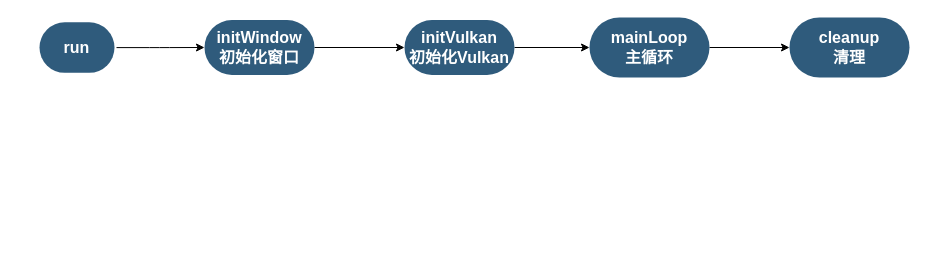
The draw.io diagram LearningVulkan/LearningVulkan/vulkan.drawio in unphics/vulkan_tutorial_note, before the edit. Source tidied: cells renumbered, new cells numbered last; positions are measured from the earlier drawing's top-left corner, leaving out a move shared by most shapes. Both pictures are drawn from the tidied source at 100%, with x=0, y=0 at pixel (39, 17).
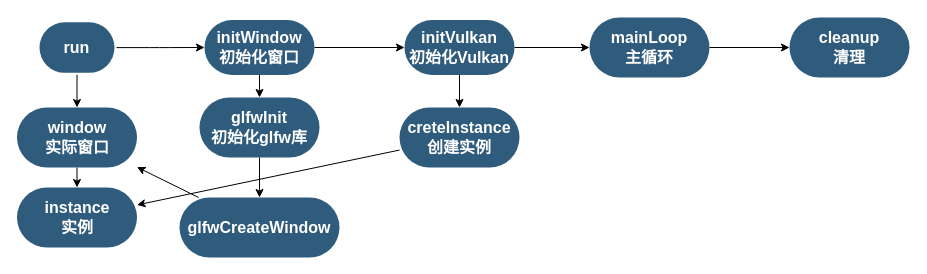
Above is the later version.

The change refers to these unchanged cells:
```xml
<mxCell id="3" value="&lt;span style=&quot;&quot;&gt;run&lt;/span&gt;" style="rounded=1;whiteSpace=wrap;html=1;shadow=0;labelBackgroundColor=none;strokeColor=none;strokeWidth=3;fillColor=#2F5B7C;fontFamily=Helvetica;fontSize=16;fontColor=#FFFFFF;align=center;fontStyle=1;spacing=5;arcSize=50;perimeterSpacing=2;" parent="1" vertex="1">
  <mxGeometry y="4.8" width="75" height="50.5" as="geometry" />
</mxCell>
<mxCell id="5" value="&lt;span style=&quot;&quot;&gt;initWindow&lt;br&gt;初始化窗口&lt;br&gt;&lt;/span&gt;" style="whiteSpace=wrap;html=1;fontSize=16;fillColor=#2F5B7C;strokeColor=none;fontColor=#FFFFFF;rounded=1;shadow=0;labelBackgroundColor=none;strokeWidth=3;fontStyle=1;spacing=5;arcSize=50;" parent="1" vertex="1">
  <mxGeometry x="165" y="2.6" width="110" height="54.8" as="geometry" />
</mxCell>
<mxCell id="7" value="&lt;span style=&quot;&quot;&gt;initVulkan&lt;br&gt;初始化Vulkan&lt;/span&gt;" style="whiteSpace=wrap;html=1;fontSize=16;fillColor=#2F5B7C;strokeColor=none;fontColor=#FFFFFF;rounded=1;shadow=0;labelBackgroundColor=none;strokeWidth=3;fontStyle=1;spacing=5;arcSize=50;" parent="1" vertex="1">
  <mxGeometry x="365" y="2.6" width="110" height="54.8" as="geometry" />
</mxCell>
```

The edit, as a diff of the source:
```diff
@@
+    <mxCell id="11" style="edgeStyle=none;rounded=1;jettySize=auto;html=1;" parent="1" edge="1" source="3" target="22">
+      <mxGeometry relative="1" as="geometry" />
+    </mxCell>
@@
+    <mxCell id="12" style="edgeStyle=none;rounded=1;jettySize=auto;html=1;" parent="1" edge="1" source="5" target="18">
+      <mxGeometry relative="1" as="geometry" />
+    </mxCell>
@@
+    <mxCell id="13" style="edgeStyle=none;rounded=1;jettySize=auto;html=1;" parent="1" edge="1" source="7" target="15">
+      <mxGeometry relative="1" as="geometry" />
+    </mxCell>
@@
+    <mxCell id="14" style="edgeStyle=none;rounded=1;jettySize=auto;html=1;" parent="1" edge="1" source="15" target="16">
+      <mxGeometry relative="1" as="geometry" />
+    </mxCell>
+    <mxCell id="15" value="creteInstance&lt;br&gt;创建实例" style="whiteSpace=wrap;html=1;fontSize=16;fillColor=#2F5B7C;strokeColor=none;fontColor=#FFFFFF;rounded=1;shadow=0;labelBackgroundColor=none;strokeWidth=3;fontStyle=1;spacing=5;arcSize=50;" parent="1" vertex="1">
+      <mxGeometry x="360" y="90" width="120" height="60" as="geometry" />
+    </mxCell>
+    <mxCell id="16" value="instance&lt;br&gt;实例" style="whiteSpace=wrap;html=1;fontSize=16;fillColor=#2F5B7C;strokeColor=none;fontColor=#FFFFFF;rounded=1;shadow=0;labelBackgroundColor=none;strokeWidth=3;fontStyle=1;spacing=5;arcSize=50;" parent="1" vertex="1">
+      <mxGeometry x="-22.5" y="170" width="120" height="60" as="geometry" />
+    </mxCell>
+    <mxCell id="17" style="edgeStyle=none;rounded=1;jettySize=auto;html=1;" parent="1" edge="1" source="18" target="20">
+      <mxGeometry relative="1" as="geometry" />
+    </mxCell>
+    <mxCell id="18" value="glfwInit&lt;br&gt;初始化glfw库" style="whiteSpace=wrap;html=1;fontSize=16;fillColor=#2F5B7C;strokeColor=none;fontColor=#FFFFFF;rounded=1;shadow=0;labelBackgroundColor=none;strokeWidth=3;fontStyle=1;spacing=5;arcSize=50;" parent="1" vertex="1">
+      <mxGeometry x="160" y="80" width="120" height="60" as="geometry" />
+    </mxCell>
+    <mxCell id="19" style="edgeStyle=none;rounded=1;jettySize=auto;html=1;" parent="1" edge="1" source="20" target="22">
+      <mxGeometry relative="1" as="geometry" />
+    </mxCell>
+    <mxCell id="20" value="glfwCreateWindow" style="whiteSpace=wrap;html=1;fontSize=16;fillColor=#2F5B7C;strokeColor=none;fontColor=#FFFFFF;rounded=1;shadow=0;labelBackgroundColor=none;strokeWidth=3;fontStyle=1;spacing=5;arcSize=50;" parent="1" vertex="1">
+      <mxGeometry x="140" y="180" width="160" height="60" as="geometry" />
+    </mxCell>
+    <mxCell id="21" style="edgeStyle=none;rounded=1;jettySize=auto;html=1;" parent="1" edge="1" source="22" target="16">
+      <mxGeometry relative="1" as="geometry" />
+    </mxCell>
+    <mxCell id="22" value="window&lt;br&gt;实际窗口" style="whiteSpace=wrap;html=1;fontSize=16;fillColor=#2F5B7C;strokeColor=none;fontColor=#FFFFFF;rounded=1;shadow=0;labelBackgroundColor=none;strokeWidth=3;fontStyle=1;spacing=5;arcSize=50;" parent="1" vertex="1">
+      <mxGeometry x="-22.5" y="90" width="120" height="60" as="geometry" />
+    </mxCell>
```
